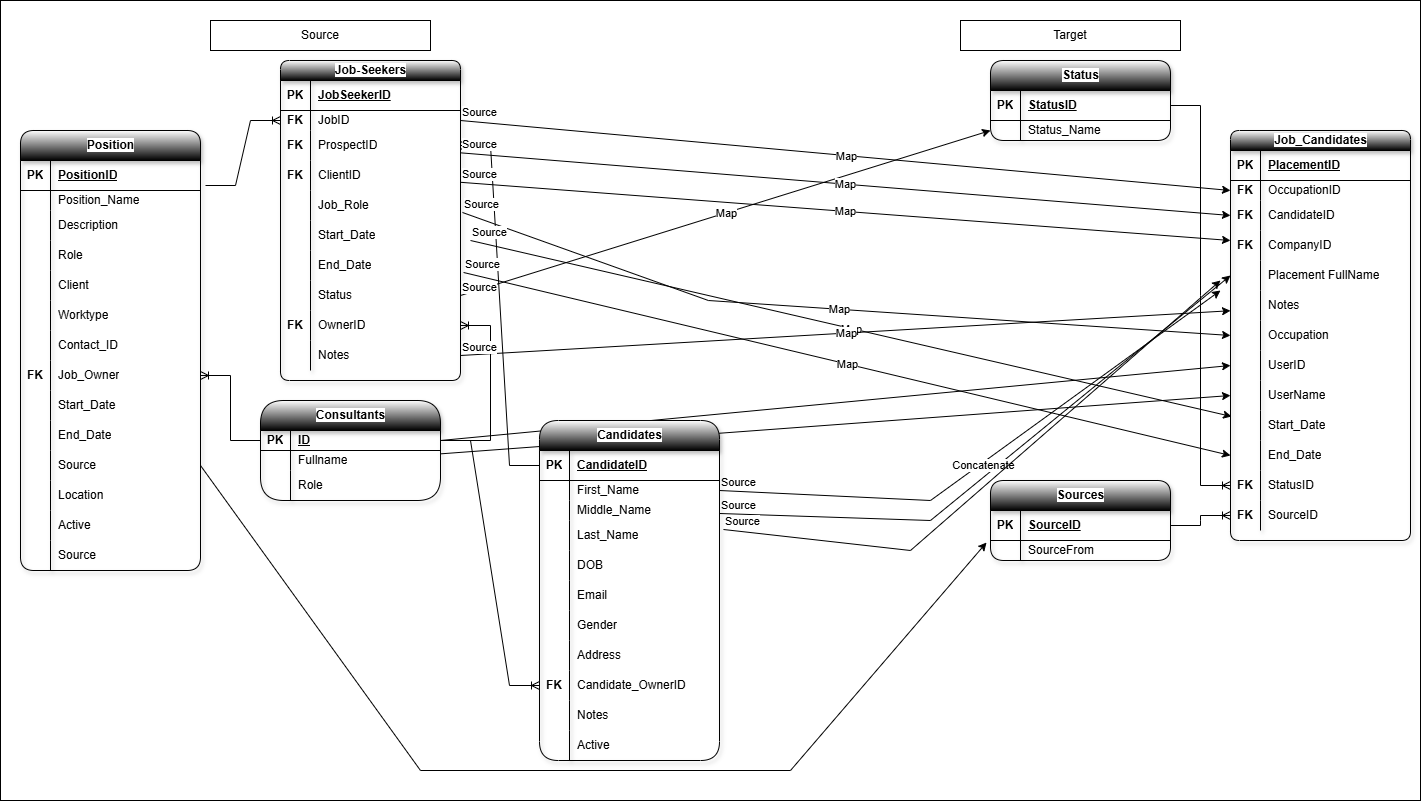
Earlier version of the draw.io export SQL Mapping.drawio.png (NayaDamptey/SQL-Data-Mapping-MetaData-Query). Source tidied: cells renumbered, new cells last; positions are measured from the earlier drawing's top-left corner, leaving out a move shared by most shapes.
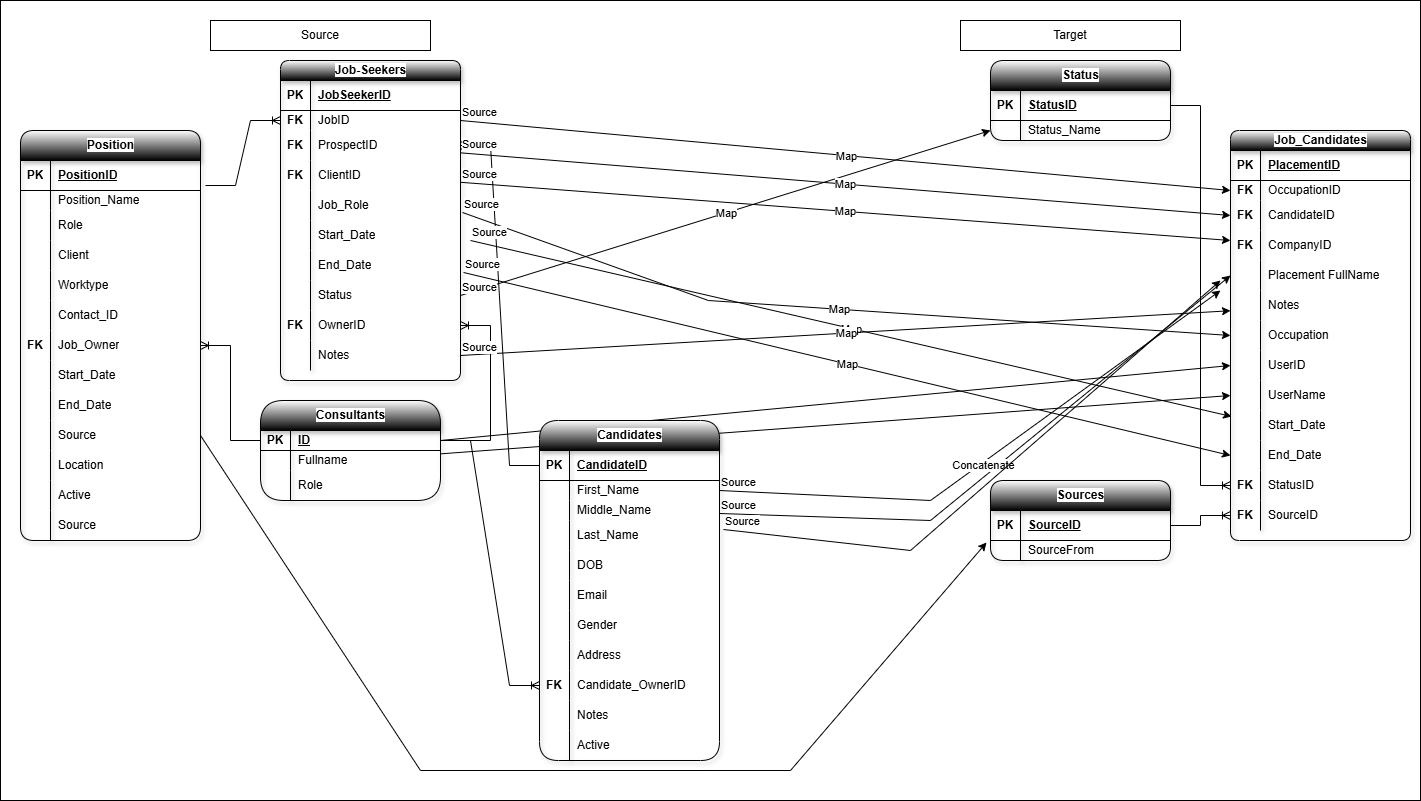
The same diagram one commit later.

What changed in the source:
```diff
@@ -47,7 +47,7 @@
       <mxGeometry width="30" height="30" as="geometry" />
     </mxCell>
     <mxCell id="12" value="&lt;span style=&quot;background-color: light-dark(#ffffff, var(--ge-dark-color, #121212));&quot;&gt;Position&lt;/span&gt;" style="shape=table;startSize=30;rowLines=0;fontStyle=1;align=center;html=1;rounded=1;shadow=1;swimlaneFillColor=none;gradientColor=default;" parent="1" vertex="1">
-      <mxGeometry x="20" y="130" width="180" height="440" as="geometry" />
+      <mxGeometry x="20" y="130" width="180" height="410" as="geometry" />
     </mxCell>
     <mxCell id="13" style="shape=tableRow;horizontal=0;startSize=0;swimlaneHead=0;swimlaneBody=0;fillColor=none;top=0;left=0;right=0;bottom=1;" parent="12" vertex="1">
       <mxGeometry y="30" width="180" height="30" as="geometry" />
@@ -67,17 +67,8 @@
     <mxCell id="18" value="Position_Name" style="shape=partialRectangle;fillColor=none;top=0;left=0;bottom=0;right=0;align=left;spacingLeft=6;overflow=hidden;whiteSpace=wrap;html=1;" parent="16" vertex="1">
       <mxGeometry x="30" width="150" height="20" as="geometry" />
     </mxCell>
-    <mxCell id="19" style="shape=tableRow;horizontal=0;startSize=0;swimlaneHead=0;swimlaneBody=0;fillColor=none;top=0;left=0;right=0;bottom=0;" parent="12" vertex="1">
-      <mxGeometry y="80" width="180" height="30" as="geometry" />
-    </mxCell>
-    <mxCell id="20" style="shape=partialRectangle;fillColor=none;top=0;left=0;bottom=0;right=0;overflow=hidden;whiteSpace=wrap;html=1;" parent="19" vertex="1">
-      <mxGeometry width="30" height="30" as="geometry" />
-    </mxCell>
-    <mxCell id="21" value="Description" style="shape=partialRectangle;fillColor=none;top=0;left=0;bottom=0;right=0;align=left;spacingLeft=6;overflow=hidden;whiteSpace=wrap;html=1;" parent="19" vertex="1">
-      <mxGeometry x="30" width="150" height="30" as="geometry" />
-    </mxCell>
     <mxCell id="22" style="shape=tableRow;horizontal=0;startSize=0;swimlaneHead=0;swimlaneBody=0;fillColor=none;top=0;left=0;right=0;bottom=0;" parent="12" vertex="1">
-      <mxGeometry y="110" width="180" height="30" as="geometry" />
+      <mxGeometry y="80" width="180" height="30" as="geometry" />
     </mxCell>
     <mxCell id="23" style="shape=partialRectangle;fillColor=none;top=0;left=0;bottom=0;right=0;overflow=hidden;whiteSpace=wrap;html=1;" parent="22" vertex="1">
       <mxGeometry width="30" height="30" as="geometry" />
@@ -86,7 +77,7 @@
       <mxGeometry x="30" width="150" height="30" as="geometry" />
     </mxCell>
     <mxCell id="25" style="shape=tableRow;horizontal=0;startSize=0;swimlaneHead=0;swimlaneBody=0;fillColor=none;top=0;left=0;right=0;bottom=0;" parent="12" vertex="1">
-      <mxGeometry y="140" width="180" height="30" as="geometry" />
+      <mxGeometry y="110" width="180" height="30" as="geometry" />
     </mxCell>
     <mxCell id="26" style="shape=partialRectangle;fillColor=none;top=0;left=0;bottom=0;right=0;overflow=hidden;whiteSpace=wrap;html=1;" parent="25" vertex="1">
       <mxGeometry width="30" height="30" as="geometry" />
@@ -95,7 +86,7 @@
       <mxGeometry x="30" width="150" height="30" as="geometry" />
     </mxCell>
     <mxCell id="28" style="shape=tableRow;horizontal=0;startSize=0;swimlaneHead=0;swimlaneBody=0;fillColor=none;top=0;left=0;right=0;bottom=0;" parent="12" vertex="1">
-      <mxGeometry y="170" width="180" height="30" as="geometry" />
+      <mxGeometry y="140" width="180" height="30" as="geometry" />
     </mxCell>
     <mxCell id="29" style="shape=partialRectangle;fillColor=none;top=0;left=0;bottom=0;right=0;overflow=hidden;whiteSpace=wrap;html=1;" parent="28" vertex="1">
       <mxGeometry width="30" height="30" as="geometry" />
@@ -104,7 +95,7 @@
       <mxGeometry x="30" width="150" height="30" as="geometry" />
     </mxCell>
     <mxCell id="31" style="shape=tableRow;horizontal=0;startSize=0;swimlaneHead=0;swimlaneBody=0;fillColor=none;top=0;left=0;right=0;bottom=0;" parent="12" vertex="1">
-      <mxGeometry y="200" width="180" height="30" as="geometry" />
+      <mxGeometry y="170" width="180" height="30" as="geometry" />
     </mxCell>
     <mxCell id="32" style="shape=partialRectangle;fillColor=none;top=0;left=0;bottom=0;right=0;overflow=hidden;whiteSpace=wrap;html=1;" parent="31" vertex="1">
       <mxGeometry width="30" height="30" as="geometry" />
@@ -113,7 +104,7 @@
       <mxGeometry x="30" width="150" height="30" as="geometry" />
     </mxCell>
     <mxCell id="34" style="shape=tableRow;horizontal=0;startSize=0;swimlaneHead=0;swimlaneBody=0;fillColor=none;points=[[0,0.5],[1,0.5]];portConstraint=eastwest;top=0;left=0;right=0;bottom=0;" parent="12" vertex="1">
-      <mxGeometry y="230" width="180" height="30" as="geometry" />
+      <mxGeometry y="200" width="180" height="30" as="geometry" />
     </mxCell>
     <mxCell id="35" value="&lt;b&gt;FK&lt;/b&gt;" style="shape=partialRectangle;fillColor=none;top=0;left=0;bottom=0;right=0;overflow=hidden;whiteSpace=wrap;html=1;" parent="34" vertex="1">
       <mxGeometry width="30" height="30" as="geometry" />
@@ -122,7 +113,7 @@
       <mxGeometry x="30" width="150" height="30" as="geometry" />
     </mxCell>
     <mxCell id="37" style="shape=tableRow;horizontal=0;startSize=0;swimlaneHead=0;swimlaneBody=0;fillColor=none;top=0;left=0;right=0;bottom=0;" parent="12" vertex="1">
-      <mxGeometry y="260" width="180" height="30" as="geometry" />
+      <mxGeometry y="230" width="180" height="30" as="geometry" />
     </mxCell>
     <mxCell id="38" style="shape=partialRectangle;fillColor=none;top=0;left=0;bottom=0;right=0;overflow=hidden;whiteSpace=wrap;html=1;" parent="37" vertex="1">
       <mxGeometry width="30" height="30" as="geometry" />
@@ -131,7 +122,7 @@
       <mxGeometry x="30" width="150" height="30" as="geometry" />
     </mxCell>
     <mxCell id="40" style="shape=tableRow;horizontal=0;startSize=0;swimlaneHead=0;swimlaneBody=0;fillColor=none;top=0;left=0;right=0;bottom=0;" parent="12" vertex="1">
-      <mxGeometry y="290" width="180" height="30" as="geometry" />
+      <mxGeometry y="260" width="180" height="30" as="geometry" />
     </mxCell>
     <mxCell id="41" style="shape=partialRectangle;fillColor=none;top=0;left=0;bottom=0;right=0;overflow=hidden;whiteSpace=wrap;html=1;" parent="40" vertex="1">
       <mxGeometry width="30" height="30" as="geometry" />
@@ -140,7 +131,7 @@
       <mxGeometry x="30" width="150" height="30" as="geometry" />
     </mxCell>
     <mxCell id="43" style="shape=tableRow;horizontal=0;startSize=0;swimlaneHead=0;swimlaneBody=0;fillColor=none;points=[[0,0.5],[1,0.5]];portConstraint=eastwest;top=0;left=0;right=0;bottom=0;" parent="12" vertex="1">
-      <mxGeometry y="320" width="180" height="30" as="geometry" />
+      <mxGeometry y="290" width="180" height="30" as="geometry" />
     </mxCell>
     <mxCell id="44" style="shape=partialRectangle;fillColor=none;top=0;left=0;bottom=0;right=0;overflow=hidden;whiteSpace=wrap;html=1;" parent="43" vertex="1">
       <mxGeometry width="30" height="30" as="geometry" />
@@ -149,7 +140,7 @@
       <mxGeometry x="30" width="150" height="30" as="geometry" />
     </mxCell>
     <mxCell id="46" style="shape=tableRow;horizontal=0;startSize=0;swimlaneHead=0;swimlaneBody=0;fillColor=none;top=0;left=0;right=0;bottom=0;" parent="12" vertex="1">
-      <mxGeometry y="350" width="180" height="30" as="geometry" />
+      <mxGeometry y="320" width="180" height="30" as="geometry" />
     </mxCell>
     <mxCell id="47" style="shape=partialRectangle;fillColor=none;top=0;left=0;bottom=0;right=0;overflow=hidden;whiteSpace=wrap;html=1;" parent="46" vertex="1">
       <mxGeometry width="30" height="30" as="geometry" />
@@ -158,7 +149,7 @@
       <mxGeometry x="30" width="150" height="30" as="geometry" />
     </mxCell>
     <mxCell id="49" style="shape=tableRow;horizontal=0;startSize=0;swimlaneHead=0;swimlaneBody=0;fillColor=none;top=0;left=0;right=0;bottom=0;" parent="12" vertex="1">
-      <mxGeometry y="380" width="180" height="30" as="geometry" />
+      <mxGeometry y="350" width="180" height="30" as="geometry" />
     </mxCell>
     <mxCell id="50" style="shape=partialRectangle;fillColor=none;top=0;left=0;bottom=0;right=0;overflow=hidden;whiteSpace=wrap;html=1;" parent="49" vertex="1">
       <mxGeometry width="30" height="30" as="geometry" />
@@ -167,7 +158,7 @@
       <mxGeometry x="30" width="150" height="30" as="geometry" />
     </mxCell>
     <mxCell id="52" style="shape=tableRow;horizontal=0;startSize=0;swimlaneHead=0;swimlaneBody=0;fillColor=none;top=0;left=0;right=0;bottom=0;" parent="12" vertex="1">
-      <mxGeometry y="410" width="180" height="30" as="geometry" />
+      <mxGeometry y="380" width="180" height="30" as="geometry" />
     </mxCell>
     <mxCell id="53" style="shape=partialRectangle;fillColor=none;top=0;left=0;bottom=0;right=0;overflow=hidden;whiteSpace=wrap;html=1;" parent="52" vertex="1">
       <mxGeometry width="30" height="30" as="geometry" />
```
